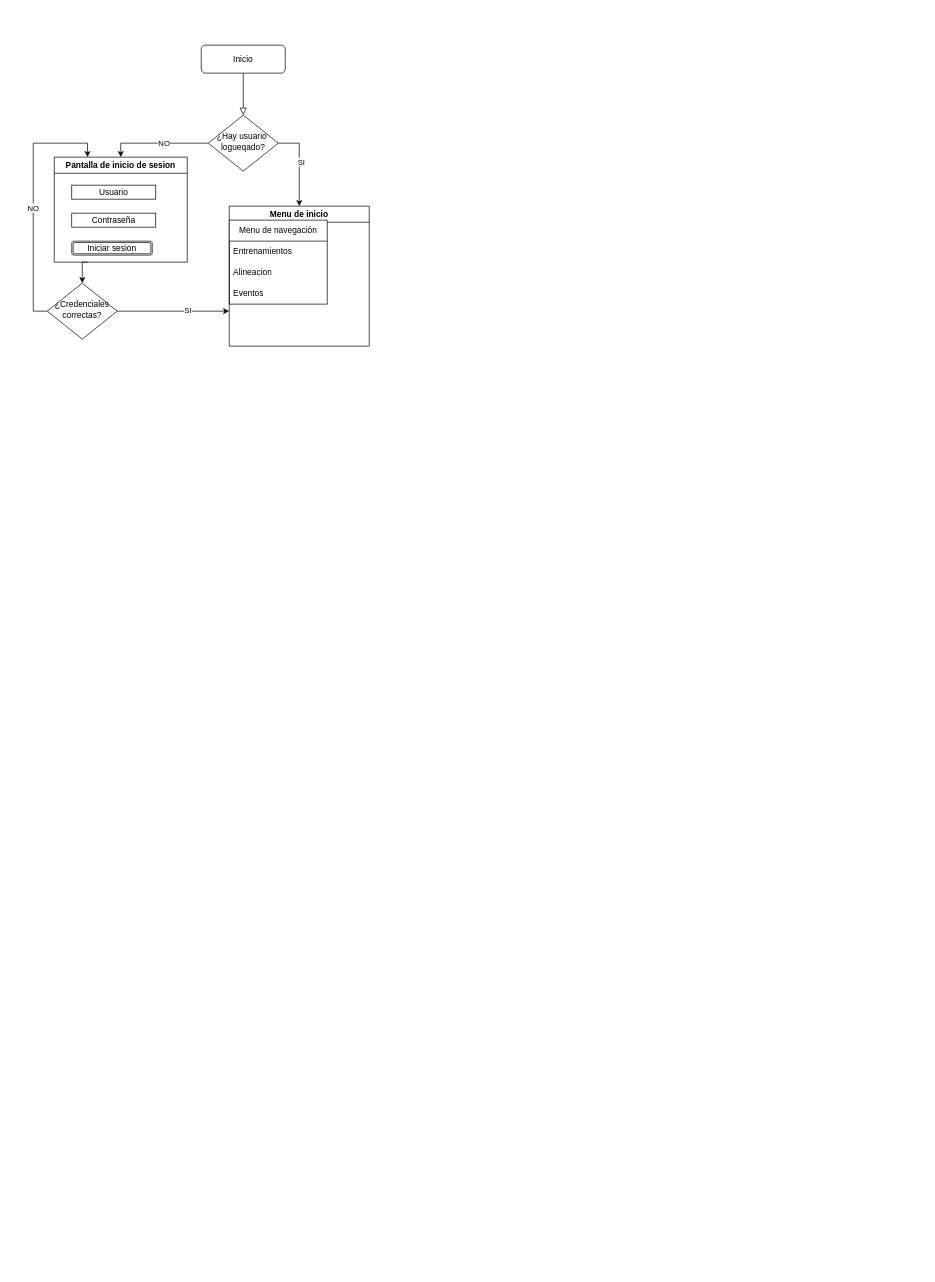
Before: Backups/Diagrama sin título.drawio in EjDeveloper2455/Backend-fastcar-sofh, a draw.io diagram. Source tidied: cells renumbered, new cells numbered last; positions are measured from the earlier drawing's top-left corner, leaving out a move shared by most shapes. Both pictures are drawn from the tidied source at 70%, with x=0, y=0 at pixel (47, 45).
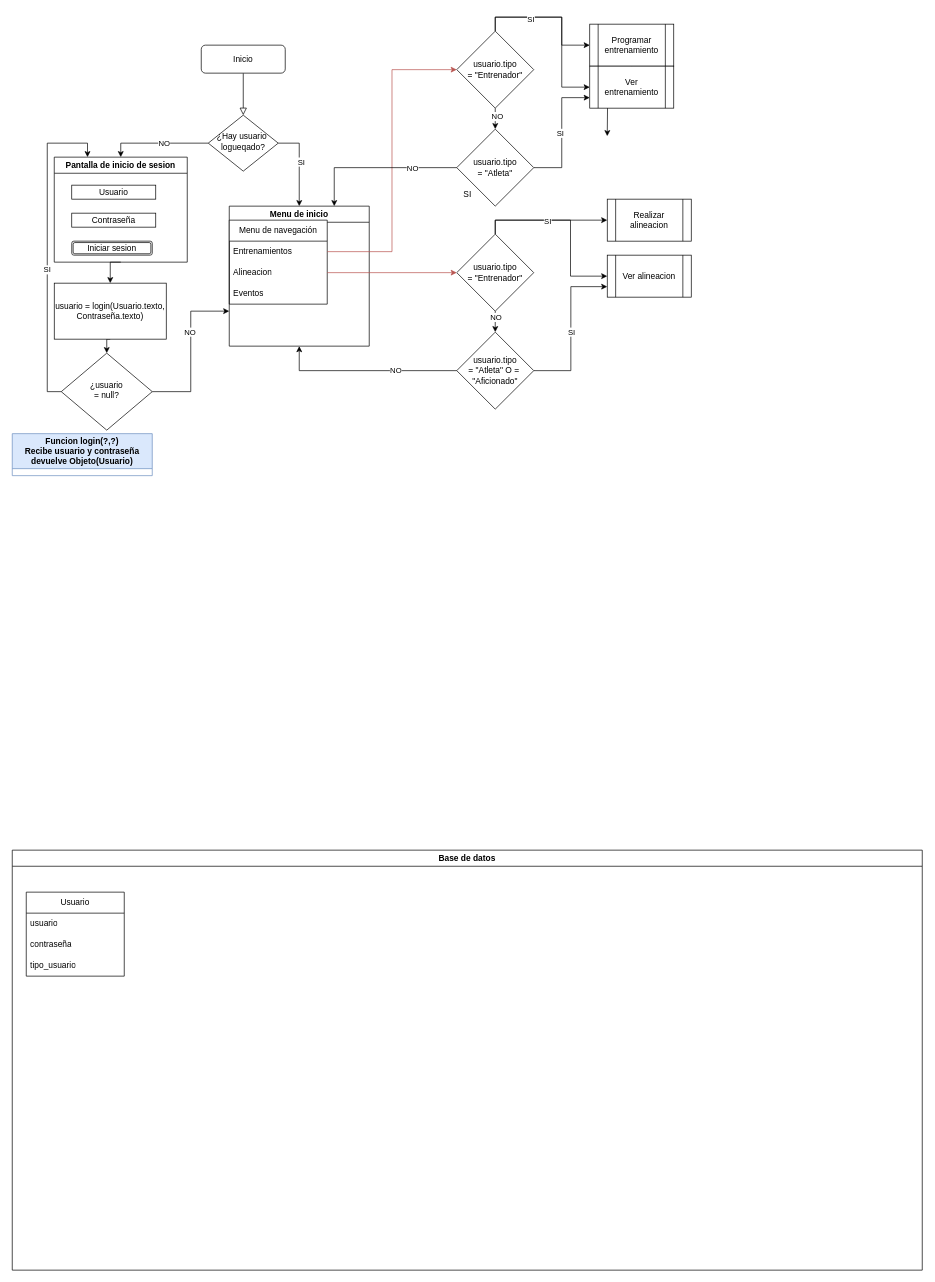
The same page after the edit.

Unchanged cells that the change refers to:
```xml
<mxCell id="10" value="Pantalla de inicio de sesion" style="swimlane;whiteSpace=wrap;html=1;" parent="1" vertex="1">
  <mxGeometry x="10" y="160" width="190" height="150" as="geometry" />
</mxCell>
<mxCell id="14" style="edgeStyle=orthogonalEdgeStyle;rounded=0;jettySize=auto;html=1;exitX=1;exitY=0.5;exitDx=0;exitDy=0;entryX=0;entryY=0.75;entryDx=0;entryDy=0;" parent="1" edge="1" source="18" target="19">
  <mxGeometry relative="1" as="geometry" />
</mxCell>
<mxCell id="16" style="edgeStyle=orthogonalEdgeStyle;rounded=0;jettySize=auto;html=1;exitX=0;exitY=0.5;exitDx=0;exitDy=0;entryX=0.25;entryY=0;entryDx=0;entryDy=0;" parent="1" edge="1" source="18" target="10">
  <mxGeometry relative="1" as="geometry" />
</mxCell>
<mxCell id="19" value="Menu de inicio" style="swimlane;whiteSpace=wrap;html=1;" parent="1" vertex="1">
  <mxGeometry x="260" y="230" width="200" height="200" as="geometry" />
</mxCell>
<mxCell id="21" value="Entrenamientos" style="text;strokeColor=none;fillColor=none;align=left;verticalAlign=middle;spacingLeft=4;spacingRight=4;overflow=hidden;points=[[0,0.5],[1,0.5]];portConstraint=eastwest;whiteSpace=wrap;html=1;" parent="20" vertex="1">
  <mxGeometry y="30" width="140" height="30" as="geometry" />
</mxCell>
<mxCell id="22" value="Alineacion" style="text;strokeColor=none;fillColor=none;align=left;verticalAlign=middle;spacingLeft=4;spacingRight=4;overflow=hidden;points=[[0,0.5],[1,0.5]];portConstraint=eastwest;whiteSpace=wrap;html=1;" parent="20" vertex="1">
  <mxGeometry y="60" width="140" height="30" as="geometry" />
</mxCell>
```

The edit, as a diff of the source:
```diff
@@
-    <mxCell id="9" style="edgeStyle=orthogonalEdgeStyle;rounded=0;jettySize=auto;html=1;exitX=0.25;exitY=1;exitDx=0;exitDy=0;entryX=0.5;entryY=0;entryDx=0;entryDy=0;" parent="1" edge="1" source="10" target="18">
-      <mxGeometry relative="1" as="geometry" />
-    </mxCell>
+    <mxCell id="24" style="edgeStyle=orthogonalEdgeStyle;rounded=0;jettySize=auto;html=1;exitX=0.5;exitY=1;exitDx=0;exitDy=0;entryX=0.5;entryY=0;entryDx=0;entryDy=0;" parent="1" edge="1" source="10" target="40">
+      <mxGeometry relative="1" as="geometry" />
+    </mxCell>
@@
-    <mxCell id="15" value="SI" style="edgeLabel;html=1;align=center;verticalAlign=middle;" parent="14" vertex="1">
+    <mxCell id="15" value="NO" style="edgeLabel;html=1;align=center;verticalAlign=middle;" parent="14" vertex="1">
       <mxGeometry x="0.25" y="2" relative="1" as="geometry" />
     </mxCell>
@@
-    <mxCell id="17" value="NO" style="edgeLabel;html=1;align=center;verticalAlign=middle;" parent="16" vertex="1">
-      <mxGeometry x="-0.06" y="1" relative="1" as="geometry" />
-    </mxCell>
+    <mxCell id="25" value="SI" style="edgeLabel;html=1;align=center;verticalAlign=middle;" parent="16" vertex="1">
+      <mxGeometry x="-0.14" y="1" relative="1" as="geometry" />
+    </mxCell>
-    <mxCell id="18" value="¿Credenciales&lt;br&gt;correctas?" style="rhombus;whiteSpace=wrap;html=1;shadow=0;fontFamily=Helvetica;fontSize=12;align=center;strokeWidth=1;spacing=6;spacingTop=-4;" parent="1" vertex="1">
-      <mxGeometry y="340" width="100" height="80" as="geometry" />
+    <mxCell id="18" value="¿usuario&lt;br&gt;= null?" style="rhombus;whiteSpace=wrap;html=1;shadow=0;fontFamily=Helvetica;fontSize=12;align=center;strokeWidth=1;spacing=6;spacingTop=-4;" parent="1" vertex="1">
+      <mxGeometry x="20" y="440" width="130" height="110" as="geometry" />
     </mxCell>
@@
+    <mxCell id="26" style="edgeStyle=orthogonalEdgeStyle;rounded=0;jettySize=auto;html=1;exitX=0.5;exitY=0;exitDx=0;exitDy=0;entryX=0;entryY=0.5;entryDx=0;entryDy=0;" parent="1" edge="1" source="31" target="42">
+      <mxGeometry relative="1" as="geometry" />
+    </mxCell>
+    <mxCell id="27" style="edgeStyle=orthogonalEdgeStyle;rounded=0;jettySize=auto;html=1;exitX=0.5;exitY=0;exitDx=0;exitDy=0;entryX=0;entryY=0.5;entryDx=0;entryDy=0;" parent="1" edge="1" source="31" target="43">
+      <mxGeometry relative="1" as="geometry" />
+    </mxCell>
+    <mxCell id="28" value="SI" style="edgeLabel;html=1;align=center;verticalAlign=middle;" parent="27" vertex="1">
+      <mxGeometry x="-0.45" y="-2" relative="1" as="geometry" />
+    </mxCell>
+    <mxCell id="29" style="edgeStyle=orthogonalEdgeStyle;rounded=0;jettySize=auto;html=1;exitX=0.5;exitY=1;exitDx=0;exitDy=0;entryX=0.5;entryY=0;entryDx=0;entryDy=0;" parent="1" edge="1" source="31" target="49">
+      <mxGeometry relative="1" as="geometry" />
+    </mxCell>
+    <mxCell id="30" value="NO" style="edgeLabel;html=1;align=center;verticalAlign=middle;" parent="29" vertex="1">
+      <mxGeometry x="-0.25" y="2" relative="1" as="geometry" />
+    </mxCell>
+    <mxCell id="31" value="usuario.tipo&lt;br&gt;= &quot;Entrenador&quot;" style="rhombus;whiteSpace=wrap;html=1;" parent="1" vertex="1">
+      <mxGeometry x="585" y="-20" width="110" height="110" as="geometry" />
+    </mxCell>
+    <mxCell id="32" value="Funcion login(?,?)&lt;br&gt;Recibe usuario y contraseña&lt;br&gt;devuelve Objeto(Usuario)" style="swimlane;whiteSpace=wrap;html=1;startSize=50;fillColor=#dae8fc;strokeColor=#6c8ebf;" parent="1" vertex="1" collapsed="1">
+      <mxGeometry x="-50" y="555" width="200" height="60" as="geometry" />
+    </mxCell>
+    <mxCell id="33" style="edgeStyle=orthogonalEdgeStyle;rounded=0;jettySize=auto;html=1;entryX=0;entryY=0.5;entryDx=0;entryDy=0;fillColor=#f8cecc;strokeColor=#b85450;" parent="1" edge="1" source="21" target="31">
+      <mxGeometry relative="1" as="geometry" />
+    </mxCell>
+    <mxCell id="34" value="Base de datos" style="swimlane;whiteSpace=wrap;html=1;" parent="1" vertex="1">
+      <mxGeometry x="-50" y="1150" width="1300" height="600" as="geometry" />
+    </mxCell>
+    <mxCell id="35" value="Usuario" style="swimlane;fontStyle=0;horizontal=1;startSize=30;whiteSpace=wrap;html=1;" parent="34" vertex="1">
+      <mxGeometry x="20" y="60" width="140" height="120" as="geometry" />
+    </mxCell>
+    <mxCell id="36" value="usuario" style="text;strokeColor=none;fillColor=none;align=left;verticalAlign=middle;spacingLeft=4;spacingRight=4;overflow=hidden;whiteSpace=wrap;html=1;" parent="35" vertex="1">
+      <mxGeometry y="30" width="140" height="30" as="geometry" />
+    </mxCell>
+    <mxCell id="37" value="contraseña" style="text;strokeColor=none;fillColor=none;align=left;verticalAlign=middle;spacingLeft=4;spacingRight=4;overflow=hidden;whiteSpace=wrap;html=1;" parent="35" vertex="1">
+      <mxGeometry y="60" width="140" height="30" as="geometry" />
+    </mxCell>
+    <mxCell id="38" value="tipo_usuario" style="text;strokeColor=none;fillColor=none;align=left;verticalAlign=middle;spacingLeft=4;spacingRight=4;overflow=hidden;whiteSpace=wrap;html=1;" parent="35" vertex="1">
+      <mxGeometry y="90" width="140" height="30" as="geometry" />
+    </mxCell>
+    <mxCell id="39" style="edgeStyle=orthogonalEdgeStyle;rounded=0;jettySize=auto;html=1;exitX=0.5;exitY=1;exitDx=0;exitDy=0;entryX=0.5;entryY=0;entryDx=0;entryDy=0;" parent="1" edge="1" source="40" target="18">
+      <mxGeometry relative="1" as="geometry" />
+    </mxCell>
+    <mxCell id="40" value="usuario = login(Usuario.texto,&lt;br&gt;Contraseña.texto)" style="rounded=0;whiteSpace=wrap;html=1;" parent="1" vertex="1">
+      <mxGeometry x="10" y="340" width="160" height="80" as="geometry" />
+    </mxCell>
+    <mxCell id="41" style="edgeStyle=orthogonalEdgeStyle;rounded=0;jettySize=auto;html=1;" parent="1" edge="1" source="42">
+      <mxGeometry relative="1" as="geometry">
+        <mxPoint x="800" y="130" as="targetPoint" />
+      </mxGeometry>
+    </mxCell>
+    <mxCell id="42" value="Programar entrenamiento" style="shape=process;whiteSpace=wrap;html=1;backgroundOutline=1;" parent="1" vertex="1">
+      <mxGeometry x="775" y="-30" width="120" height="60" as="geometry" />
+    </mxCell>
+    <mxCell id="43" value="Ver entrenamiento" style="shape=process;whiteSpace=wrap;html=1;backgroundOutline=1;" parent="1" vertex="1">
+      <mxGeometry x="775" y="30" width="120" height="60" as="geometry" />
+    </mxCell>
+    <mxCell id="44" value="SI" style="text;html=1;align=center;verticalAlign=middle;strokeColor=none;fillColor=none;" parent="1" vertex="1">
+      <mxGeometry x="585" y="198" width="30" height="30" as="geometry" />
+    </mxCell>
+    <mxCell id="45" style="edgeStyle=orthogonalEdgeStyle;rounded=0;jettySize=auto;html=1;exitX=1;exitY=0.5;exitDx=0;exitDy=0;entryX=0;entryY=0.75;entryDx=0;entryDy=0;" parent="1" edge="1" source="49" target="43">
+      <mxGeometry relative="1" as="geometry" />
+    </mxCell>
+    <mxCell id="46" value="SI" style="edgeLabel;html=1;align=center;verticalAlign=middle;" parent="45" vertex="1">
+      <mxGeometry y="3" relative="1" as="geometry" />
+    </mxCell>
+    <mxCell id="47" style="edgeStyle=orthogonalEdgeStyle;rounded=0;jettySize=auto;html=1;exitX=0;exitY=0.5;exitDx=0;exitDy=0;entryX=0.75;entryY=0;entryDx=0;entryDy=0;" parent="1" edge="1" source="49" target="19">
+      <mxGeometry relative="1" as="geometry" />
+    </mxCell>
+    <mxCell id="48" value="NO" style="edgeLabel;html=1;align=center;verticalAlign=middle;" parent="47" vertex="1">
+      <mxGeometry x="-0.44" relative="1" as="geometry" />
+    </mxCell>
+    <mxCell id="49" value="usuario.tipo&lt;br&gt;= &quot;Atleta&quot;" style="rhombus;whiteSpace=wrap;html=1;" parent="1" vertex="1">
+      <mxGeometry x="585" y="120" width="110" height="110" as="geometry" />
+    </mxCell>
+    <mxCell id="50" style="edgeStyle=orthogonalEdgeStyle;rounded=0;jettySize=auto;html=1;exitX=0.5;exitY=0;exitDx=0;exitDy=0;entryX=0;entryY=0.5;entryDx=0;entryDy=0;" parent="1" edge="1" source="55" target="56">
+      <mxGeometry relative="1" as="geometry" />
+    </mxCell>
+    <mxCell id="51" style="edgeStyle=orthogonalEdgeStyle;rounded=0;jettySize=auto;html=1;exitX=0.5;exitY=0;exitDx=0;exitDy=0;" parent="1" edge="1" source="55" target="57">
+      <mxGeometry relative="1" as="geometry" />
+    </mxCell>
+    <mxCell id="52" value="SI" style="edgeLabel;html=1;align=center;verticalAlign=middle;" parent="51" vertex="1">
+      <mxGeometry x="-0.28" y="-1" relative="1" as="geometry" />
+    </mxCell>
+    <mxCell id="53" style="edgeStyle=orthogonalEdgeStyle;rounded=0;jettySize=auto;html=1;exitX=0.5;exitY=1;exitDx=0;exitDy=0;entryX=0.5;entryY=0;entryDx=0;entryDy=0;" parent="1" edge="1" source="55" target="62">
+      <mxGeometry relative="1" as="geometry" />
+    </mxCell>
+    <mxCell id="54" value="NO" style="edgeLabel;html=1;align=center;verticalAlign=middle;" parent="53" vertex="1">
+      <mxGeometry x="-0.5" relative="1" as="geometry" />
+    </mxCell>
+    <mxCell id="55" value="usuario.tipo&lt;br&gt;= &quot;Entrenador&quot;" style="rhombus;whiteSpace=wrap;html=1;" parent="1" vertex="1">
+      <mxGeometry x="585" y="270" width="110" height="110" as="geometry" />
+    </mxCell>
+    <mxCell id="56" value="Realizar alineacion" style="shape=process;whiteSpace=wrap;html=1;backgroundOutline=1;" parent="1" vertex="1">
+      <mxGeometry x="800" y="220" width="120" height="60" as="geometry" />
+    </mxCell>
+    <mxCell id="57" value="Ver alineacion" style="shape=process;whiteSpace=wrap;html=1;backgroundOutline=1;" parent="1" vertex="1">
+      <mxGeometry x="800" y="300" width="120" height="60" as="geometry" />
+    </mxCell>
+    <mxCell id="58" style="edgeStyle=orthogonalEdgeStyle;rounded=0;jettySize=auto;html=1;exitX=1;exitY=0.5;exitDx=0;exitDy=0;entryX=0;entryY=0.75;entryDx=0;entryDy=0;" parent="1" edge="1" source="62" target="57">
+      <mxGeometry relative="1" as="geometry">
+        <Array as="points">
+          <mxPoint x="748" y="465" />
+          <mxPoint x="748" y="345" />
+        </Array>
+      </mxGeometry>
+    </mxCell>
+    <mxCell id="59" value="SI" style="edgeLabel;html=1;align=center;verticalAlign=middle;" parent="58" vertex="1">
+      <mxGeometry x="-0.03" relative="1" as="geometry" />
+    </mxCell>
+    <mxCell id="60" style="edgeStyle=orthogonalEdgeStyle;rounded=0;jettySize=auto;html=1;exitX=0;exitY=0.5;exitDx=0;exitDy=0;entryX=0.5;entryY=1;entryDx=0;entryDy=0;" parent="1" edge="1" source="62" target="19">
+      <mxGeometry relative="1" as="geometry" />
+    </mxCell>
+    <mxCell id="61" value="NO" style="edgeLabel;html=1;align=center;verticalAlign=middle;" parent="60" vertex="1">
+      <mxGeometry x="-0.32" y="-1" relative="1" as="geometry" />
+    </mxCell>
+    <mxCell id="62" value="usuario.tipo&lt;br&gt;= &quot;Atleta&quot; O =&amp;nbsp;&lt;br&gt;&quot;Aficionado&quot;" style="rhombus;whiteSpace=wrap;html=1;" parent="1" vertex="1">
+      <mxGeometry x="585" y="410" width="110" height="110" as="geometry" />
+    </mxCell>
+    <mxCell id="63" style="edgeStyle=orthogonalEdgeStyle;rounded=0;jettySize=auto;html=1;exitX=1;exitY=0.5;exitDx=0;exitDy=0;entryX=0;entryY=0.5;entryDx=0;entryDy=0;fillColor=#f8cecc;strokeColor=#b85450;" parent="1" edge="1" source="22" target="55">
+      <mxGeometry relative="1" as="geometry" />
+    </mxCell>
```
